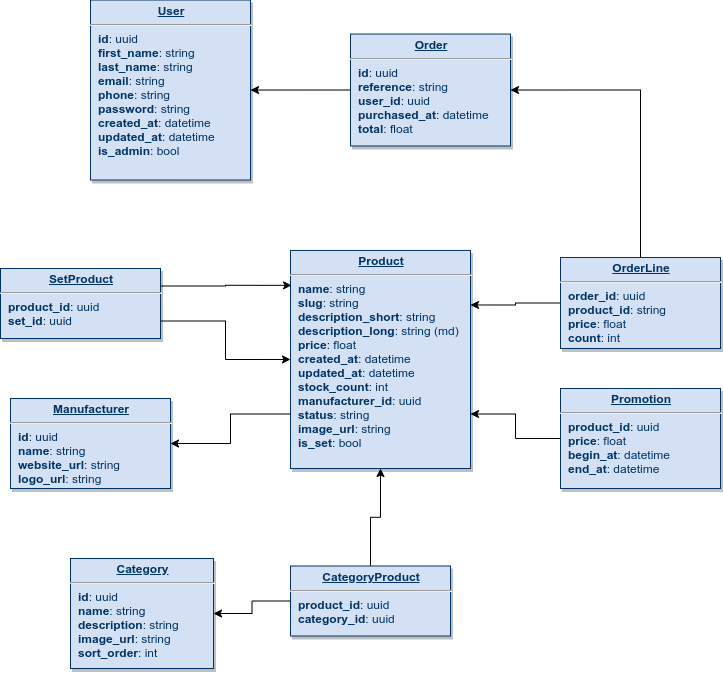
Above: database_model/db.png in JenswBE/bjoetiek-y-backend (draw.io), before the change. Source tidied: cells renumbered, new cells last; positions are measured from the earlier drawing's top-left corner, leaving out a move shared by most shapes.
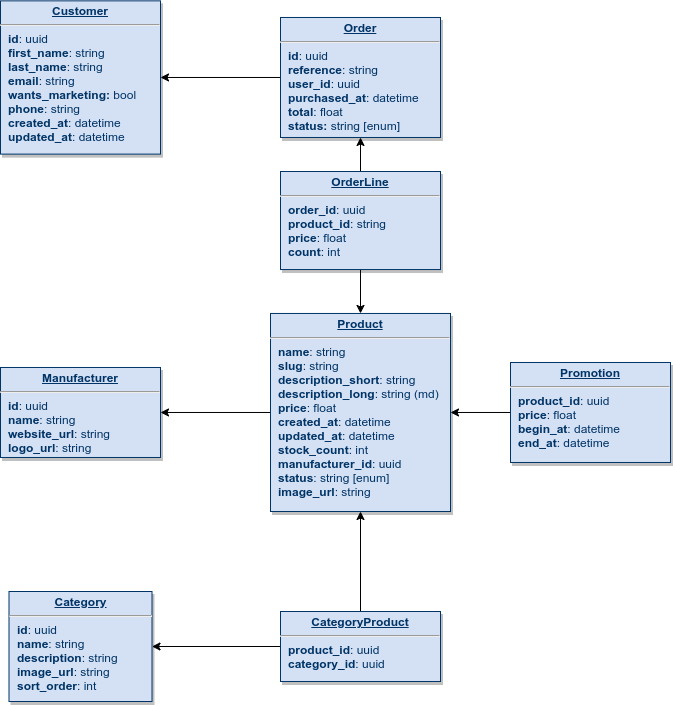
After the change.

What changed in the source:
```diff
@@ -2,17 +2,17 @@
   <root>
     <mxCell id="0" />
     <mxCell id="1" parent="0" />
-    <mxCell id="2" value="&lt;p style=&quot;margin: 0px ; margin-top: 4px ; text-align: center ; text-decoration: underline&quot;&gt;&lt;strong&gt;User&lt;/strong&gt;&lt;/p&gt;&lt;hr&gt;&lt;p style=&quot;margin: 0px ; margin-left: 8px&quot;&gt;&lt;b&gt;id&lt;/b&gt;: uuid&lt;/p&gt;&lt;p style=&quot;margin: 0px ; margin-left: 8px&quot;&gt;&lt;b&gt;first_name&lt;/b&gt;: string&lt;/p&gt;&lt;p style=&quot;margin: 0px ; margin-left: 8px&quot;&gt;&lt;b&gt;last_name&lt;/b&gt;: string&lt;/p&gt;&lt;p style=&quot;margin: 0px ; margin-left: 8px&quot;&gt;&lt;b&gt;email&lt;/b&gt;: string&lt;/p&gt;&lt;p style=&quot;margin: 0px ; margin-left: 8px&quot;&gt;&lt;b&gt;phone&lt;/b&gt;: string&lt;/p&gt;&lt;p style=&quot;margin: 0px ; margin-left: 8px&quot;&gt;&lt;b&gt;password&lt;/b&gt;: string&lt;/p&gt;&lt;p style=&quot;margin: 0px ; margin-left: 8px&quot;&gt;&lt;b&gt;created_at&lt;/b&gt;: datetime&lt;/p&gt;&lt;p style=&quot;margin: 0px ; margin-left: 8px&quot;&gt;&lt;b&gt;updated_at&lt;/b&gt;: datetime&lt;/p&gt;&lt;p style=&quot;margin: 0px ; margin-left: 8px&quot;&gt;&lt;b&gt;is_admin&lt;/b&gt;: bool&lt;/p&gt;" style="verticalAlign=top;align=left;overflow=fill;fontSize=12;fontFamily=Helvetica;html=1;strokeColor=#003366;shadow=1;fillColor=#D4E1F5;fontColor=#003366;" parent="1" vertex="1">
-      <mxGeometry x="90" y="-0.5" width="160" height="180" as="geometry" />
+    <mxCell id="2" value="&lt;p style=&quot;margin: 0px ; margin-top: 4px ; text-align: center ; text-decoration: underline&quot;&gt;&lt;strong&gt;Customer&lt;/strong&gt;&lt;/p&gt;&lt;hr&gt;&lt;p style=&quot;margin: 0px ; margin-left: 8px&quot;&gt;&lt;b&gt;id&lt;/b&gt;: uuid&lt;/p&gt;&lt;p style=&quot;margin: 0px ; margin-left: 8px&quot;&gt;&lt;b&gt;first_name&lt;/b&gt;: string&lt;/p&gt;&lt;p style=&quot;margin: 0px ; margin-left: 8px&quot;&gt;&lt;b&gt;last_name&lt;/b&gt;: string&lt;/p&gt;&lt;p style=&quot;margin: 0px ; margin-left: 8px&quot;&gt;&lt;b&gt;email&lt;/b&gt;: string&lt;/p&gt;&lt;p style=&quot;margin: 0px ; margin-left: 8px&quot;&gt;&lt;b&gt;wants_marketing: &lt;/b&gt;bool&lt;/p&gt;&lt;p style=&quot;margin: 0px ; margin-left: 8px&quot;&gt;&lt;b&gt;phone&lt;/b&gt;: string&lt;/p&gt;&lt;p style=&quot;margin: 0px ; margin-left: 8px&quot;&gt;&lt;b&gt;created_at&lt;/b&gt;&lt;span&gt;: datetime&lt;/span&gt;&lt;br&gt;&lt;/p&gt;&lt;p style=&quot;margin: 0px ; margin-left: 8px&quot;&gt;&lt;b&gt;updated_at&lt;/b&gt;: datetime&lt;/p&gt;" style="verticalAlign=top;align=left;overflow=fill;fontSize=12;fontFamily=Helvetica;html=1;strokeColor=#003366;shadow=1;fillColor=#D4E1F5;fontColor=#003366;" parent="1" vertex="1">
+      <mxGeometry x="58" y="-62.6" width="160" height="153.3" as="geometry" />
     </mxCell>
-    <mxCell id="3" style="edgeStyle=orthogonalEdgeStyle;rounded=0;jettySize=auto;html=1;entryX=1;entryY=0.5;entryDx=0;entryDy=0;exitX=0;exitY=0.75;exitDx=0;exitDy=0;" parent="1" edge="1" source="4" target="9">
+    <mxCell id="3" style="edgeStyle=orthogonalEdgeStyle;rounded=0;jettySize=auto;html=1;entryX=1;entryY=0.5;entryDx=0;entryDy=0;exitX=0;exitY=0.5;exitDx=0;exitDy=0;" parent="1" edge="1" source="4" target="9">
       <mxGeometry relative="1" as="geometry" />
     </mxCell>
-    <mxCell id="4" value="&lt;p style=&quot;margin: 0px ; margin-top: 4px ; text-align: center ; text-decoration: underline&quot;&gt;&lt;strong&gt;Product&lt;/strong&gt;&lt;/p&gt;&lt;hr&gt;&lt;p style=&quot;margin: 0px ; margin-left: 8px&quot;&gt;&lt;b&gt;name&lt;/b&gt;: string&lt;/p&gt;&lt;p style=&quot;margin: 0px ; margin-left: 8px&quot;&gt;&lt;b&gt;slug&lt;/b&gt;: string&lt;/p&gt;&lt;p style=&quot;margin: 0px ; margin-left: 8px&quot;&gt;&lt;b&gt;description_short&lt;/b&gt;: string&lt;/p&gt;&lt;p style=&quot;margin: 0px ; margin-left: 8px&quot;&gt;&lt;b&gt;description_long&lt;/b&gt;: string (md)&lt;br&gt;&lt;/p&gt;&lt;p style=&quot;margin: 0px ; margin-left: 8px&quot;&gt;&lt;b&gt;price&lt;/b&gt;: float&lt;/p&gt;&lt;p style=&quot;margin: 0px ; margin-left: 8px&quot;&gt;&lt;b&gt;created_at&lt;/b&gt;: datetime&lt;/p&gt;&lt;p style=&quot;margin: 0px ; margin-left: 8px&quot;&gt;&lt;b&gt;updated_at&lt;/b&gt;: datetime&lt;/p&gt;&lt;p style=&quot;margin: 0px ; margin-left: 8px&quot;&gt;&lt;b&gt;stock_count&lt;/b&gt;: int&lt;/p&gt;&lt;p style=&quot;margin: 0px ; margin-left: 8px&quot;&gt;&lt;b&gt;manufacturer_id&lt;/b&gt;: uuid&lt;/p&gt;&lt;p style=&quot;margin: 0px ; margin-left: 8px&quot;&gt;&lt;b&gt;status&lt;/b&gt;: string&lt;/p&gt;&lt;p style=&quot;margin: 0px ; margin-left: 8px&quot;&gt;&lt;b&gt;image_url&lt;/b&gt;: string&lt;/p&gt;&lt;p style=&quot;margin: 0px ; margin-left: 8px&quot;&gt;&lt;b&gt;is_set&lt;/b&gt;: bool&lt;/p&gt;" style="verticalAlign=top;align=left;overflow=fill;fontSize=12;fontFamily=Helvetica;html=1;strokeColor=#003366;shadow=1;fillColor=#D4E1F5;fontColor=#003366;" parent="1" vertex="1">
-      <mxGeometry x="290" y="250" width="180" height="218" as="geometry" />
+    <mxCell id="4" value="&lt;p style=&quot;margin: 0px ; margin-top: 4px ; text-align: center ; text-decoration: underline&quot;&gt;&lt;strong&gt;Product&lt;/strong&gt;&lt;/p&gt;&lt;hr&gt;&lt;p style=&quot;margin: 0px ; margin-left: 8px&quot;&gt;&lt;b&gt;name&lt;/b&gt;: string&lt;/p&gt;&lt;p style=&quot;margin: 0px ; margin-left: 8px&quot;&gt;&lt;b&gt;slug&lt;/b&gt;: string&lt;/p&gt;&lt;p style=&quot;margin: 0px ; margin-left: 8px&quot;&gt;&lt;b&gt;description_short&lt;/b&gt;: string&lt;/p&gt;&lt;p style=&quot;margin: 0px ; margin-left: 8px&quot;&gt;&lt;b&gt;description_long&lt;/b&gt;: string (md)&lt;br&gt;&lt;/p&gt;&lt;p style=&quot;margin: 0px ; margin-left: 8px&quot;&gt;&lt;b&gt;price&lt;/b&gt;: float&lt;/p&gt;&lt;p style=&quot;margin: 0px ; margin-left: 8px&quot;&gt;&lt;b&gt;created_at&lt;/b&gt;: datetime&lt;/p&gt;&lt;p style=&quot;margin: 0px ; margin-left: 8px&quot;&gt;&lt;b&gt;updated_at&lt;/b&gt;: datetime&lt;/p&gt;&lt;p style=&quot;margin: 0px ; margin-left: 8px&quot;&gt;&lt;b&gt;stock_count&lt;/b&gt;: int&lt;/p&gt;&lt;p style=&quot;margin: 0px ; margin-left: 8px&quot;&gt;&lt;b&gt;manufacturer_id&lt;/b&gt;: uuid&lt;/p&gt;&lt;p style=&quot;margin: 0px ; margin-left: 8px&quot;&gt;&lt;b&gt;status&lt;/b&gt;: string [enum]&lt;/p&gt;&lt;p style=&quot;margin: 0px ; margin-left: 8px&quot;&gt;&lt;b&gt;image_url&lt;/b&gt;: string&lt;/p&gt;" style="verticalAlign=top;align=left;overflow=fill;fontSize=12;fontFamily=Helvetica;html=1;strokeColor=#003366;shadow=1;fillColor=#D4E1F5;fontColor=#003366;" parent="1" vertex="1">
+      <mxGeometry x="328" y="250" width="180" height="198" as="geometry" />
     </mxCell>
     <mxCell id="5" value="&lt;p style=&quot;margin: 0px ; margin-top: 4px ; text-align: center ; text-decoration: underline&quot;&gt;&lt;strong&gt;Category&lt;/strong&gt;&lt;/p&gt;&lt;hr&gt;&lt;p style=&quot;margin: 0px ; margin-left: 8px&quot;&gt;&lt;b&gt;id&lt;/b&gt;: uuid&lt;/p&gt;&lt;p style=&quot;margin: 0px ; margin-left: 8px&quot;&gt;&lt;b&gt;name&lt;/b&gt;: string&lt;/p&gt;&lt;p style=&quot;margin: 0px ; margin-left: 8px&quot;&gt;&lt;b&gt;description&lt;/b&gt;: string&lt;/p&gt;&lt;p style=&quot;margin: 0px ; margin-left: 8px&quot;&gt;&lt;b&gt;image_url&lt;/b&gt;: string&lt;/p&gt;&lt;p style=&quot;margin: 0px ; margin-left: 8px&quot;&gt;&lt;b&gt;sort_order&lt;/b&gt;: int&lt;/p&gt;" style="verticalAlign=top;align=left;overflow=fill;fontSize=12;fontFamily=Helvetica;html=1;strokeColor=#003366;shadow=1;fillColor=#D4E1F5;fontColor=#003366;" parent="1" vertex="1">
-      <mxGeometry x="70" y="558" width="143" height="110" as="geometry" />
+      <mxGeometry x="66.5" y="528" width="143" height="110" as="geometry" />
     </mxCell>
     <mxCell id="6" style="edgeStyle=orthogonalEdgeStyle;rounded=0;jettySize=auto;html=1;entryX=0.5;entryY=1;entryDx=0;entryDy=0;" parent="1" edge="1" source="8" target="4">
       <mxGeometry relative="1" as="geometry" />
@@ -21,40 +21,31 @@
       <mxGeometry relative="1" as="geometry" />
     </mxCell>
     <mxCell id="8" value="&lt;p style=&quot;margin: 0px ; margin-top: 4px ; text-align: center ; text-decoration: underline&quot;&gt;&lt;strong&gt;CategoryProduct&lt;/strong&gt;&lt;/p&gt;&lt;hr&gt;&lt;p style=&quot;margin: 0px ; margin-left: 8px&quot;&gt;&lt;b&gt;product_id&lt;/b&gt;: uuid&lt;br&gt;&lt;/p&gt;&lt;p style=&quot;margin: 0px ; margin-left: 8px&quot;&gt;&lt;b&gt;category_id&lt;/b&gt;: uuid&lt;/p&gt;" style="verticalAlign=top;align=left;overflow=fill;fontSize=12;fontFamily=Helvetica;html=1;strokeColor=#003366;shadow=1;fillColor=#D4E1F5;fontColor=#003366;" parent="1" vertex="1">
-      <mxGeometry x="290" y="565.5" width="160" height="70" as="geometry" />
+      <mxGeometry x="338" y="548" width="160" height="70" as="geometry" />
     </mxCell>
     <mxCell id="9" value="&lt;p style=&quot;margin: 0px ; margin-top: 4px ; text-align: center ; text-decoration: underline&quot;&gt;&lt;strong&gt;Manufacturer&lt;/strong&gt;&lt;/p&gt;&lt;hr&gt;&lt;p style=&quot;margin: 0px ; margin-left: 8px&quot;&gt;&lt;b&gt;id&lt;/b&gt;: uuid&lt;/p&gt;&lt;p style=&quot;margin: 0px ; margin-left: 8px&quot;&gt;&lt;b&gt;name&lt;/b&gt;: string&lt;/p&gt;&lt;p style=&quot;margin: 0px ; margin-left: 8px&quot;&gt;&lt;b&gt;website_url&lt;/b&gt;: string&lt;/p&gt;&lt;p style=&quot;margin: 0px ; margin-left: 8px&quot;&gt;&lt;b&gt;logo_url&lt;/b&gt;: string&lt;/p&gt;" style="verticalAlign=top;align=left;overflow=fill;fontSize=12;fontFamily=Helvetica;html=1;strokeColor=#003366;shadow=1;fillColor=#D4E1F5;fontColor=#003366;" parent="1" vertex="1">
-      <mxGeometry x="10" y="398" width="160" height="90" as="geometry" />
+      <mxGeometry x="58" y="304" width="160" height="90" as="geometry" />
     </mxCell>
     <mxCell id="10" style="edgeStyle=orthogonalEdgeStyle;rounded=0;jettySize=auto;html=1;entryX=1;entryY=0.5;entryDx=0;entryDy=0;" parent="1" edge="1" source="11" target="2">
       <mxGeometry relative="1" as="geometry" />
     </mxCell>
-    <mxCell id="11" value="&lt;p style=&quot;margin: 0px ; margin-top: 4px ; text-align: center ; text-decoration: underline&quot;&gt;&lt;strong&gt;Order&lt;/strong&gt;&lt;/p&gt;&lt;hr&gt;&lt;p style=&quot;margin: 0px ; margin-left: 8px&quot;&gt;&lt;b&gt;id&lt;/b&gt;: uuid&lt;/p&gt;&lt;p style=&quot;margin: 0px ; margin-left: 8px&quot;&gt;&lt;b&gt;reference&lt;/b&gt;: string&lt;/p&gt;&lt;p style=&quot;margin: 0px ; margin-left: 8px&quot;&gt;&lt;b&gt;user_id&lt;/b&gt;: uuid&lt;/p&gt;&lt;p style=&quot;margin: 0px ; margin-left: 8px&quot;&gt;&lt;b&gt;purchased_at&lt;/b&gt;: datetime&lt;/p&gt;&lt;p style=&quot;margin: 0px ; margin-left: 8px&quot;&gt;&lt;b&gt;total&lt;/b&gt;: float&lt;/p&gt;" style="verticalAlign=top;align=left;overflow=fill;fontSize=12;fontFamily=Helvetica;html=1;strokeColor=#003366;shadow=1;fillColor=#D4E1F5;fontColor=#003366;" parent="1" vertex="1">
-      <mxGeometry x="350" y="33.5" width="160" height="112" as="geometry" />
+    <mxCell id="11" value="&lt;p style=&quot;margin: 0px ; margin-top: 4px ; text-align: center ; text-decoration: underline&quot;&gt;&lt;strong&gt;Order&lt;/strong&gt;&lt;/p&gt;&lt;hr&gt;&lt;p style=&quot;margin: 0px ; margin-left: 8px&quot;&gt;&lt;b&gt;id&lt;/b&gt;: uuid&lt;/p&gt;&lt;p style=&quot;margin: 0px ; margin-left: 8px&quot;&gt;&lt;b&gt;reference&lt;/b&gt;: string&lt;/p&gt;&lt;p style=&quot;margin: 0px ; margin-left: 8px&quot;&gt;&lt;b&gt;user_id&lt;/b&gt;: uuid&lt;/p&gt;&lt;p style=&quot;margin: 0px ; margin-left: 8px&quot;&gt;&lt;b&gt;purchased_at&lt;/b&gt;: datetime&lt;/p&gt;&lt;p style=&quot;margin: 0px ; margin-left: 8px&quot;&gt;&lt;b&gt;total&lt;/b&gt;: float&lt;/p&gt;&lt;p style=&quot;margin: 0px ; margin-left: 8px&quot;&gt;&lt;b&gt;status:&lt;/b&gt;&amp;nbsp;string [enum]&lt;/p&gt;" style="verticalAlign=top;align=left;overflow=fill;fontSize=12;fontFamily=Helvetica;html=1;strokeColor=#003366;shadow=1;fillColor=#D4E1F5;fontColor=#003366;" parent="1" vertex="1">
+      <mxGeometry x="338" y="-46" width="160" height="120" as="geometry" />
     </mxCell>
-    <mxCell id="12" style="edgeStyle=orthogonalEdgeStyle;rounded=0;jettySize=auto;html=1;entryX=1;entryY=0.25;entryDx=0;entryDy=0;" parent="1" edge="1" source="14" target="4">
+    <mxCell id="12" style="edgeStyle=orthogonalEdgeStyle;rounded=0;jettySize=auto;html=1;entryX=0.5;entryY=0;entryDx=0;entryDy=0;" parent="1" edge="1" source="14" target="4">
       <mxGeometry relative="1" as="geometry" />
     </mxCell>
-    <mxCell id="13" style="edgeStyle=orthogonalEdgeStyle;rounded=0;jettySize=auto;html=1;entryX=1;entryY=0.5;entryDx=0;entryDy=0;exitX=0.5;exitY=0;exitDx=0;exitDy=0;" parent="1" edge="1" source="14" target="11">
+    <mxCell id="13" style="edgeStyle=orthogonalEdgeStyle;rounded=0;jettySize=auto;html=1;entryX=0.5;entryY=1;entryDx=0;entryDy=0;exitX=0.5;exitY=0;exitDx=0;exitDy=0;" parent="1" edge="1" source="14" target="11">
       <mxGeometry relative="1" as="geometry" />
     </mxCell>
     <mxCell id="14" value="&lt;p style=&quot;margin: 0px ; margin-top: 4px ; text-align: center ; text-decoration: underline&quot;&gt;&lt;strong&gt;OrderLine&lt;/strong&gt;&lt;/p&gt;&lt;hr&gt;&lt;p style=&quot;margin: 0px ; margin-left: 8px&quot;&gt;&lt;b&gt;order_id&lt;/b&gt;: uuid&lt;/p&gt;&lt;p style=&quot;margin: 0px ; margin-left: 8px&quot;&gt;&lt;b&gt;product_id&lt;/b&gt;: string&lt;/p&gt;&lt;p style=&quot;margin: 0px ; margin-left: 8px&quot;&gt;&lt;b&gt;price&lt;/b&gt;: float&lt;/p&gt;&lt;p style=&quot;margin: 0px ; margin-left: 8px&quot;&gt;&lt;b&gt;count&lt;/b&gt;: int&lt;/p&gt;" style="verticalAlign=top;align=left;overflow=fill;fontSize=12;fontFamily=Helvetica;html=1;strokeColor=#003366;shadow=1;fillColor=#D4E1F5;fontColor=#003366;" parent="1" vertex="1">
-      <mxGeometry x="560" y="257" width="160" height="91" as="geometry" />
+      <mxGeometry x="338" y="108" width="160" height="98" as="geometry" />
     </mxCell>
-    <mxCell id="15" style="edgeStyle=orthogonalEdgeStyle;rounded=0;jettySize=auto;html=1;entryX=0;entryY=0.5;entryDx=0;entryDy=0;exitX=1;exitY=0.75;exitDx=0;exitDy=0;" parent="1" edge="1" source="17" target="4">
-      <mxGeometry relative="1" as="geometry" />
-    </mxCell>
-    <mxCell id="16" style="edgeStyle=orthogonalEdgeStyle;rounded=0;jettySize=auto;html=1;exitX=1;exitY=0.25;exitDx=0;exitDy=0;entryX=0.006;entryY=0.16;entryDx=0;entryDy=0;entryPerimeter=0;" parent="1" edge="1" source="17" target="4">
-      <mxGeometry relative="1" as="geometry" />
-    </mxCell>
-    <mxCell id="17" value="&lt;p style=&quot;margin: 0px ; margin-top: 4px ; text-align: center ; text-decoration: underline&quot;&gt;&lt;strong&gt;SetProduct&lt;/strong&gt;&lt;/p&gt;&lt;hr&gt;&lt;p style=&quot;margin: 0px ; margin-left: 8px&quot;&gt;&lt;b&gt;product_id&lt;/b&gt;: uuid&lt;/p&gt;&lt;p style=&quot;margin: 0px ; margin-left: 8px&quot;&gt;&lt;b&gt;set_id&lt;/b&gt;: uuid&lt;/p&gt;" style="verticalAlign=top;align=left;overflow=fill;fontSize=12;fontFamily=Helvetica;html=1;strokeColor=#003366;shadow=1;fillColor=#D4E1F5;fontColor=#003366;" parent="1" vertex="1">
-      <mxGeometry y="268" width="160" height="70" as="geometry" />
-    </mxCell>
-    <mxCell id="18" style="edgeStyle=orthogonalEdgeStyle;rounded=0;jettySize=auto;html=1;entryX=1;entryY=0.75;entryDx=0;entryDy=0;" parent="1" edge="1" source="19" target="4">
+    <mxCell id="18" style="edgeStyle=orthogonalEdgeStyle;rounded=0;jettySize=auto;html=1;entryX=1;entryY=0.5;entryDx=0;entryDy=0;" parent="1" edge="1" source="19" target="4">
       <mxGeometry relative="1" as="geometry" />
     </mxCell>
     <mxCell id="19" value="&lt;p style=&quot;margin: 0px ; margin-top: 4px ; text-align: center ; text-decoration: underline&quot;&gt;&lt;strong&gt;Promotion&lt;/strong&gt;&lt;/p&gt;&lt;hr&gt;&lt;p style=&quot;margin: 0px ; margin-left: 8px&quot;&gt;&lt;b&gt;product_id&lt;/b&gt;: uuid&lt;br&gt;&lt;/p&gt;&lt;p style=&quot;margin: 0px ; margin-left: 8px&quot;&gt;&lt;b&gt;price&lt;/b&gt;: float&lt;/p&gt;&lt;p style=&quot;margin: 0px ; margin-left: 8px&quot;&gt;&lt;b&gt;begin_at&lt;/b&gt;: datetime&lt;/p&gt;&lt;p style=&quot;margin: 0px ; margin-left: 8px&quot;&gt;&lt;b&gt;end_at&lt;/b&gt;: datetime&lt;/p&gt;" style="verticalAlign=top;align=left;overflow=fill;fontSize=12;fontFamily=Helvetica;html=1;strokeColor=#003366;shadow=1;fillColor=#D4E1F5;fontColor=#003366;" parent="1" vertex="1">
-      <mxGeometry x="560" y="388" width="160" height="100" as="geometry" />
+      <mxGeometry x="568" y="299" width="160" height="100" as="geometry" />
     </mxCell>
   </root>
 </mxGraphModel>
```
